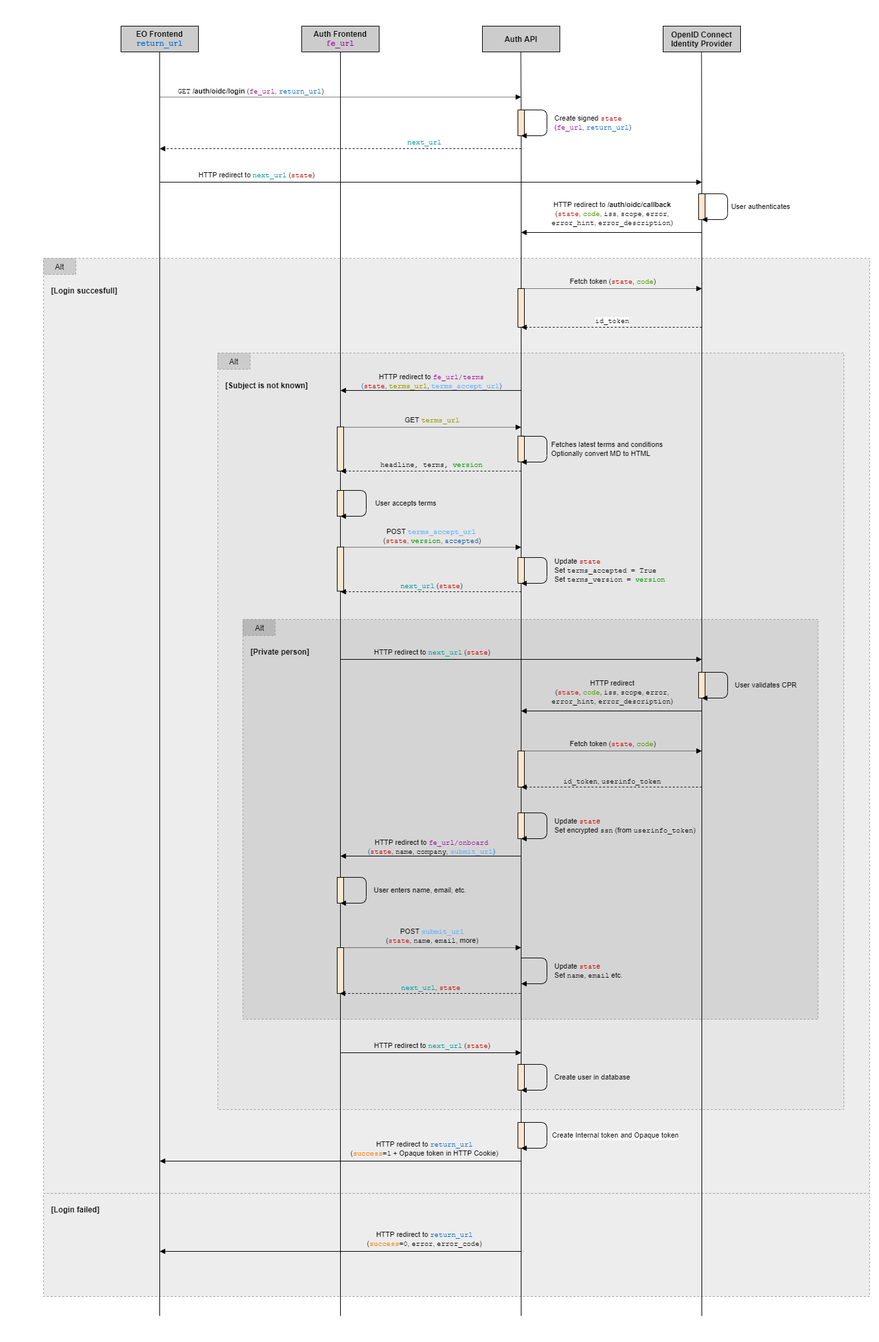
Earlier version of the draw.io export doc/diagrams/login-flow.drawio.png (MartinSchmidt/eo-auth). Source tidied: cells renumbered, new cells last; positions are measured from the earlier drawing's top-left corner, leaving out a move shared by most shapes.
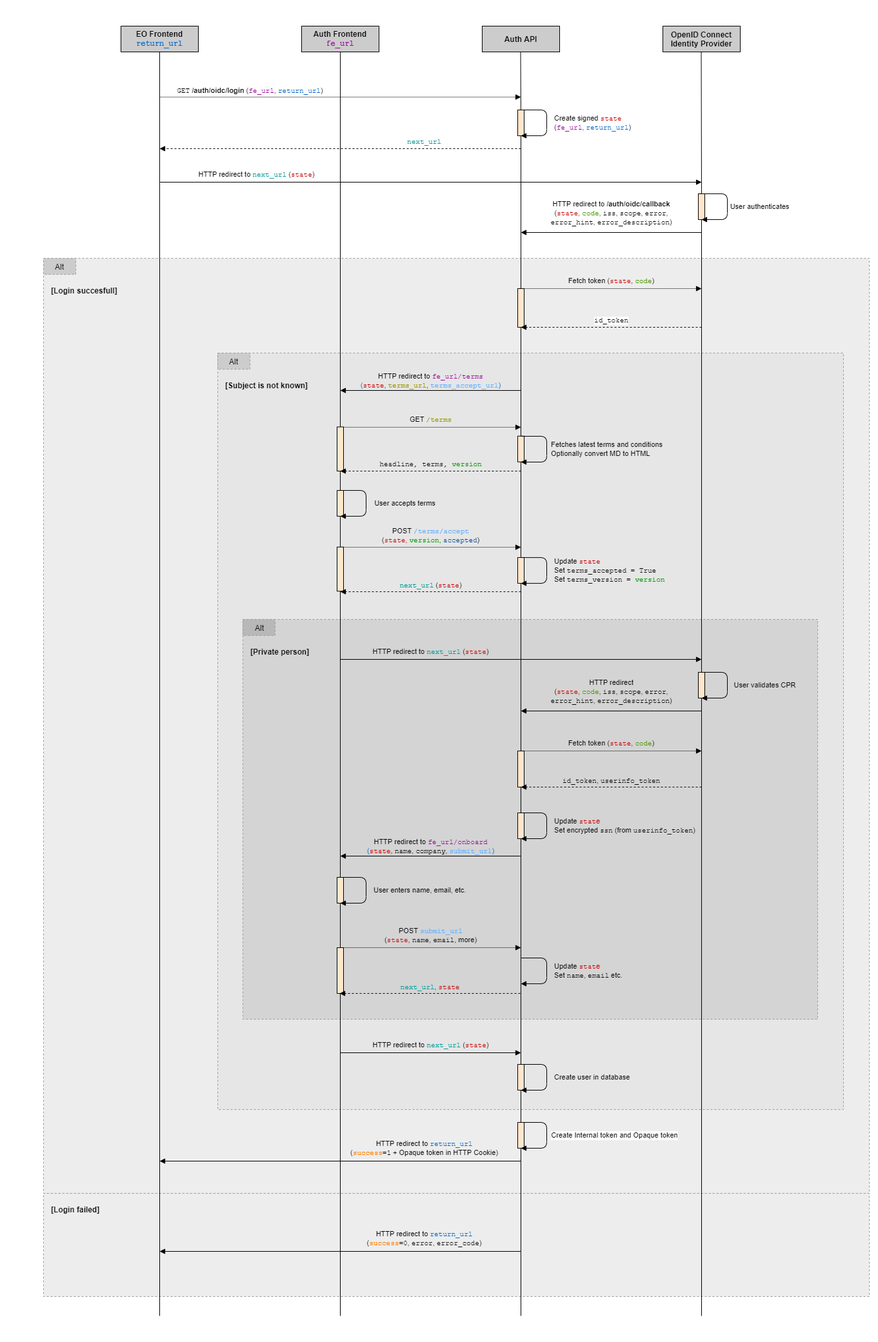
Later version of the same file.

What changed in the source:
```diff
@@ -145,7 +145,7 @@
         <mxPoint x="807" y="848.1" as="targetPoint" />
       </mxGeometry>
     </mxCell>
-    <mxCell id="35" value="&lt;font face=&quot;Helvetica&quot;&gt;POST &lt;/font&gt;&lt;font face=&quot;Helvetica&quot;&gt;&lt;font face=&quot;Helvetica&quot;&gt;&lt;font face=&quot;Courier New&quot; color=&quot;#0066CC&quot;&gt;&lt;font face=&quot;Helvetica&quot;&gt;&lt;font face=&quot;Helvetica&quot;&gt;&lt;font face=&quot;Courier New&quot; color=&quot;#CC0000&quot;&gt;&lt;font color=&quot;#999900&quot;&gt;&lt;font color=&quot;#66B2FF&quot;&gt;terms_accept_url&lt;/font&gt;&lt;/font&gt;&lt;/font&gt;&lt;/font&gt;&lt;/font&gt;&lt;/font&gt;&lt;/font&gt; &lt;br&gt;(&lt;font face=&quot;Courier New&quot;&gt;&lt;font color=&quot;#cc0000&quot;&gt;state&lt;/font&gt;&lt;font face=&quot;Helvetica&quot; color=&quot;#000000&quot; style=&quot;color: rgb(204 , 0 , 0)&quot;&gt;, &lt;/font&gt;&lt;font color=&quot;#009900&quot;&gt;version&lt;/font&gt;&lt;/font&gt;&lt;/font&gt;&lt;span style=&quot;font-family: &amp;#34;helvetica&amp;#34;&quot;&gt;&lt;font color=&quot;#009900&quot;&gt;,&lt;/font&gt;&lt;/span&gt;&lt;span style=&quot;color: rgb(204 , 0 , 0) ; font-family: &amp;#34;helvetica&amp;#34;&quot;&gt;&amp;nbsp;&lt;/span&gt;&lt;font face=&quot;Helvetica&quot;&gt;&lt;font face=&quot;Courier New&quot;&gt;&lt;font color=&quot;#004c99&quot;&gt;accepted&lt;/font&gt;&lt;/font&gt;)&lt;br&gt;&lt;/font&gt;" style="edgeLabel;html=1;align=center;verticalAlign=middle;fontFamily=Courier New;labelBackgroundColor=none;" parent="34" vertex="1">
+    <mxCell id="35" value="&lt;font face=&quot;Helvetica&quot;&gt;POST &lt;/font&gt;&lt;font face=&quot;Helvetica&quot;&gt;&lt;font face=&quot;Helvetica&quot;&gt;&lt;font face=&quot;Courier New&quot; color=&quot;#0066CC&quot;&gt;&lt;font face=&quot;Helvetica&quot;&gt;&lt;font face=&quot;Helvetica&quot;&gt;&lt;font face=&quot;Courier New&quot; color=&quot;#CC0000&quot;&gt;&lt;font color=&quot;#999900&quot;&gt;&lt;font color=&quot;#66B2FF&quot;&gt;/terms/accept&lt;/font&gt;&lt;/font&gt;&lt;/font&gt;&lt;/font&gt;&lt;/font&gt;&lt;/font&gt;&lt;/font&gt;&lt;br&gt;(&lt;font face=&quot;Courier New&quot;&gt;&lt;font color=&quot;#cc0000&quot;&gt;state&lt;/font&gt;&lt;font face=&quot;Helvetica&quot; color=&quot;#000000&quot; style=&quot;color: rgb(204 , 0 , 0)&quot;&gt;, &lt;/font&gt;&lt;font color=&quot;#009900&quot;&gt;version&lt;/font&gt;&lt;/font&gt;&lt;/font&gt;&lt;span style=&quot;font-family: &amp;#34;helvetica&amp;#34;&quot;&gt;&lt;font color=&quot;#009900&quot;&gt;,&lt;/font&gt;&lt;/span&gt;&lt;span style=&quot;color: rgb(204 , 0 , 0) ; font-family: &amp;#34;helvetica&amp;#34;&quot;&gt;&amp;nbsp;&lt;/span&gt;&lt;font face=&quot;Helvetica&quot;&gt;&lt;font face=&quot;Courier New&quot;&gt;&lt;font color=&quot;#004c99&quot;&gt;accepted&lt;/font&gt;&lt;/font&gt;)&lt;br&gt;&lt;/font&gt;" style="edgeLabel;html=1;align=center;verticalAlign=middle;fontFamily=Courier New;labelBackgroundColor=none;" parent="34" vertex="1">
       <mxGeometry x="-0.09" y="1" relative="1" as="geometry">
         <mxPoint x="13" y="-17" as="offset" />
       </mxGeometry>
@@ -222,7 +222,7 @@
         <mxPoint x="807" y="662" as="targetPoint" />
       </mxGeometry>
     </mxCell>
-    <mxCell id="49" value="&lt;font face=&quot;Helvetica&quot;&gt;GET &lt;/font&gt;&lt;font face=&quot;Helvetica&quot;&gt;&lt;font face=&quot;Helvetica&quot;&gt;&lt;font face=&quot;Courier New&quot; color=&quot;#0066CC&quot;&gt;&lt;font face=&quot;Helvetica&quot;&gt;&lt;font face=&quot;Helvetica&quot;&gt;&lt;font face=&quot;Courier New&quot; color=&quot;#CC0000&quot;&gt;&lt;font color=&quot;#999900&quot;&gt;terms_url&lt;br&gt;&lt;/font&gt;&lt;/font&gt;&lt;/font&gt;&lt;/font&gt;&lt;/font&gt;&lt;/font&gt;&lt;/font&gt;" style="edgeLabel;html=1;align=center;verticalAlign=middle;fontFamily=Courier New;labelBackgroundColor=none;" parent="48" vertex="1">
+    <mxCell id="49" value="&lt;font face=&quot;Helvetica&quot;&gt;GET &lt;/font&gt;&lt;font face=&quot;Helvetica&quot;&gt;&lt;font face=&quot;Helvetica&quot;&gt;&lt;font face=&quot;Courier New&quot; color=&quot;#0066CC&quot;&gt;&lt;font face=&quot;Helvetica&quot;&gt;&lt;font face=&quot;Helvetica&quot;&gt;&lt;font face=&quot;Courier New&quot; color=&quot;#CC0000&quot;&gt;&lt;font color=&quot;#999900&quot;&gt;/terms&lt;br&gt;&lt;/font&gt;&lt;/font&gt;&lt;/font&gt;&lt;/font&gt;&lt;/font&gt;&lt;/font&gt;&lt;/font&gt;" style="edgeLabel;html=1;align=center;verticalAlign=middle;fontFamily=Courier New;labelBackgroundColor=none;" parent="48" vertex="1">
       <mxGeometry x="-0.09" y="1" relative="1" as="geometry">
         <mxPoint x="13" y="-11" as="offset" />
       </mxGeometry>
```
